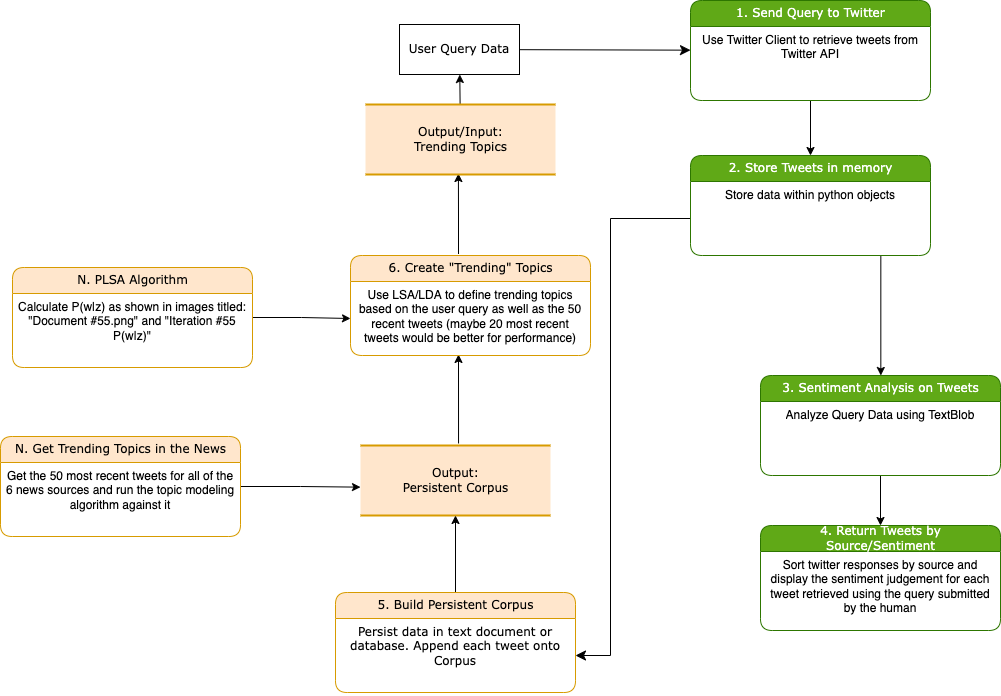
Above: .docs/Process Model.png in PeterWJefferson/CourseProject (draw.io), before the change. Source tidied: cells renumbered, new cells last; positions are measured from the earlier drawing's top-left corner, leaving out a move shared by most shapes.
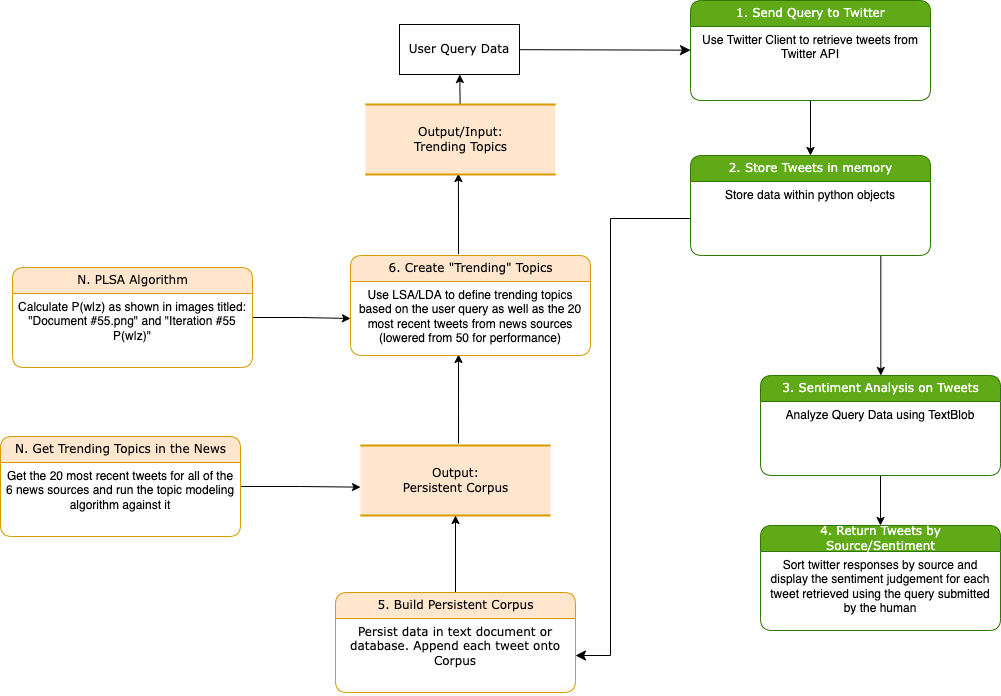
Later version of the same file.

Commit message:
docs(model): adds details to diagram

What changed in the source:
```diff
@@ -65,7 +65,7 @@
     <mxCell id="20" value="6. Create &quot;Trending&quot; Topics" style="swimlane;html=1;fontStyle=0;horizontal=1;startSize=26;fillColor=#ffe6cc;swimlaneFillColor=#ffffff;align=center;rounded=1;shadow=0;comic=0;labelBackgroundColor=none;strokeWidth=1;fontFamily=Verdana;fontSize=12;strokeColor=#d79b00;" parent="1" vertex="1">
       <mxGeometry x="350" y="255" width="240" height="100" as="geometry" />
     </mxCell>
-    <mxCell id="21" value="Use LSA/LDA to define trending topics based on the user query as well as the 50 recent tweets (maybe 20 most recent tweets would be better for performance)" style="text;html=1;strokeColor=none;fillColor=none;spacingLeft=4;spacingRight=4;whiteSpace=wrap;overflow=hidden;points=[[0,0.5],[1,0.5]];portConstraint=eastwest;align=center;" parent="20" vertex="1">
+    <mxCell id="21" value="Use LSA/LDA to define trending topics based on the user query as well as the 20 most recent tweets from news sources (lowered from 50 for performance)" style="text;html=1;strokeColor=none;fillColor=none;spacingLeft=4;spacingRight=4;whiteSpace=wrap;overflow=hidden;points=[[0,0.5],[1,0.5]];portConstraint=eastwest;align=center;" parent="20" vertex="1">
       <mxGeometry y="26" width="240" height="74" as="geometry" />
     </mxCell>
     <mxCell id="22" value="Output/Input:&lt;br&gt;Trending Topics" style="html=1;rounded=0;shadow=0;comic=0;labelBackgroundColor=none;strokeWidth=2;fontFamily=Verdana;fontSize=12;align=center;shape=mxgraph.ios7ui.horLines;fillColor=#ffe6cc;strokeColor=#d79b00;" parent="1" vertex="1">
@@ -86,7 +86,7 @@
     <mxCell id="27" value="N. Get Trending Topics in the News" style="swimlane;html=1;fontStyle=0;horizontal=1;startSize=26;fillColor=#ffe6cc;swimlaneFillColor=#ffffff;align=center;rounded=1;shadow=0;comic=0;labelBackgroundColor=none;strokeWidth=1;fontFamily=Verdana;fontSize=12;strokeColor=#d79b00;" parent="1" vertex="1">
       <mxGeometry y="436" width="240" height="100" as="geometry" />
     </mxCell>
-    <mxCell id="28" value="Get the 50 most recent tweets for all of the 6 news sources and run the topic modeling algorithm against it" style="text;html=1;strokeColor=none;fillColor=none;spacingLeft=4;spacingRight=4;whiteSpace=wrap;overflow=hidden;align=center;" parent="27" vertex="1">
+    <mxCell id="28" value="Get the 20 most recent tweets for all of the 6 news sources and run the topic modeling algorithm against it" style="text;html=1;strokeColor=none;fillColor=none;spacingLeft=4;spacingRight=4;whiteSpace=wrap;overflow=hidden;align=center;" parent="27" vertex="1">
       <mxGeometry y="26" width="240" height="74" as="geometry" />
     </mxCell>
     <mxCell id="29" style="edgeStyle=orthogonalEdgeStyle;html=1;rounded=0;" parent="1" edge="1" source="30" target="21">
```
